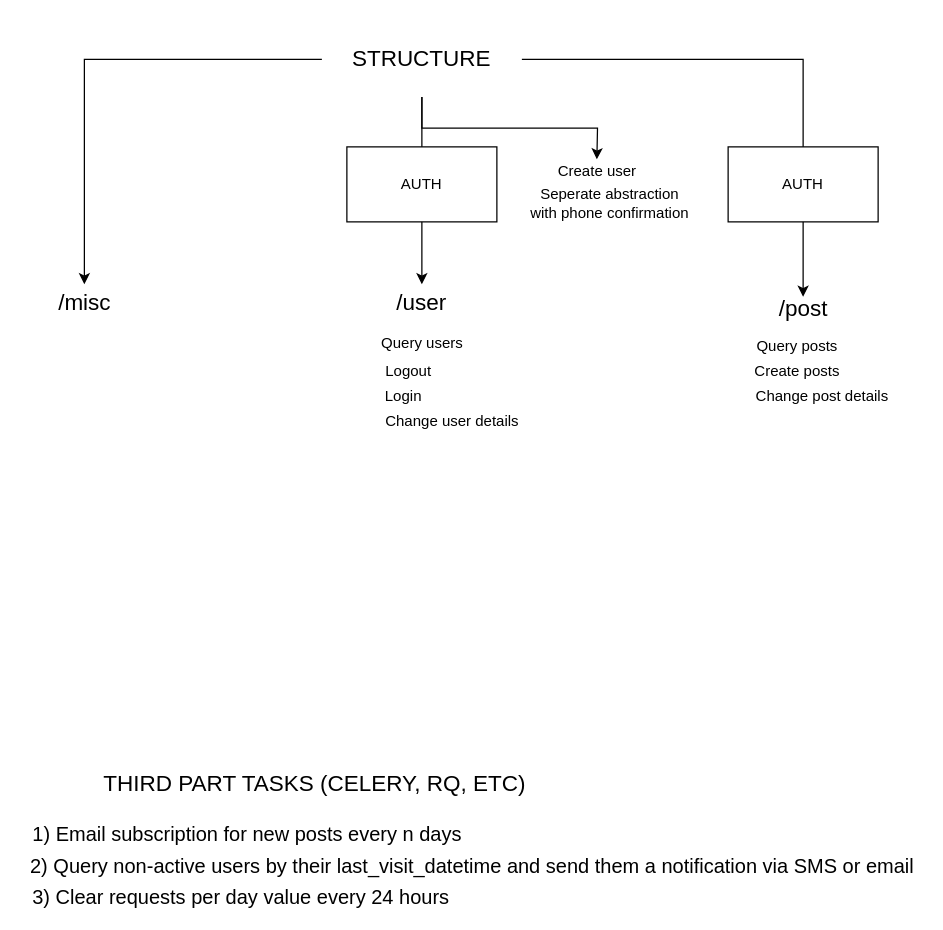
This is page "Structure" (1 of 5) of backend/schema.drawio from Madi-S/kolik, a draw.io file, before an edit. Source tidied: cells renumbered, new cells numbered last; positions are measured from the earlier drawing's top-left corner, leaving out a move shared by most shapes. Both pictures are drawn from the tidied source at 125%, with x=0, y=0 at pixel (21, 21).
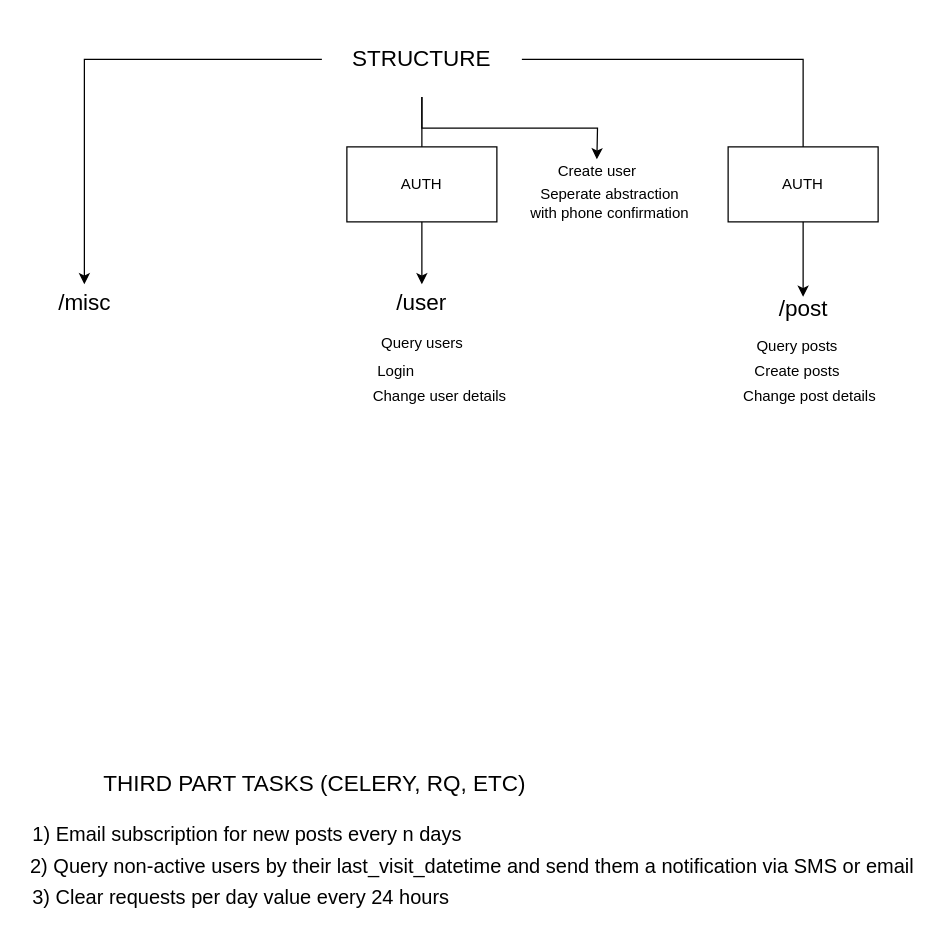
After the change.

What changed in the source:
```diff
@@
-    <mxCell id="15" value="Logout" style="text;html=1;align=center;verticalAlign=middle;strokeColor=none;fillColor=none;fontSize=12;" parent="1" vertex="1">
-      <mxGeometry x="284" y="270" width="50" height="20" as="geometry" />
-    </mxCell>
     <mxCell id="16" value="Login" style="text;html=1;align=center;verticalAlign=middle;strokeColor=none;fillColor=none;fontSize=12;" parent="1" vertex="1">
-      <mxGeometry x="280" y="290" width="50" height="20" as="geometry" />
+      <mxGeometry x="274" y="270" width="50" height="20" as="geometry" />
     </mxCell>
     <mxCell id="17" value="Change user details" style="text;html=1;align=center;verticalAlign=middle;strokeColor=none;fillColor=none;fontSize=12;" parent="1" vertex="1">
-      <mxGeometry x="284" y="310" width="120" height="20" as="geometry" />
+      <mxGeometry x="274" y="290" width="120" height="20" as="geometry" />
     </mxCell>
@@
     <mxCell id="20" value="Change post details" style="text;html=1;align=center;verticalAlign=middle;strokeColor=none;fillColor=none;fontSize=12;" parent="1" vertex="1">
-      <mxGeometry x="580" y="290" width="120" height="20" as="geometry" />
+      <mxGeometry x="570" y="290" width="120" height="20" as="geometry" />
     </mxCell>
```
